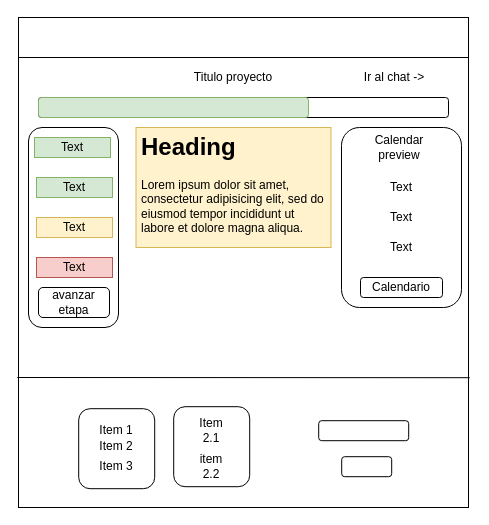
Above: landproject.drawio in SantiagoPri/Matragra (draw.io), before the change. Source tidied: cells renumbered, new cells numbered last; positions are measured from the earlier drawing's top-left corner, leaving out a move shared by most shapes. Both pictures are drawn from the tidied source at 100%, with x=0, y=0 at pixel (17, 17).
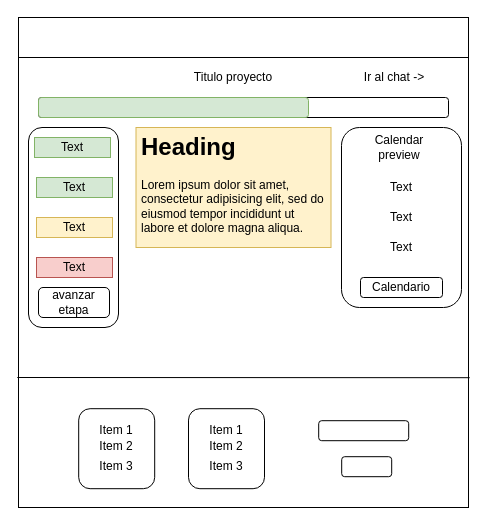
The same page after the edit.

The edit, as a diff of the source:
```diff
@@
-    <mxCell id="25" style="rounded=1;whiteSpace=wrap;html=1;" parent="1" vertex="1">
-      <mxGeometry x="156.2" y="389.2" width="76" height="80" as="geometry" />
-    </mxCell>
@@
-    <mxCell id="29" value="Item 2.1" style="text;html=1;strokeColor=none;fillColor=none;align=center;verticalAlign=middle;whiteSpace=wrap;rounded=0;" parent="1" vertex="1">
-      <mxGeometry x="174.2" y="403.2" width="40" height="20" as="geometry" />
-    </mxCell>
@@
-    <mxCell id="32" value="item 2.2" style="text;html=1;strokeColor=none;fillColor=none;align=center;verticalAlign=middle;whiteSpace=wrap;rounded=0;" parent="1" vertex="1">
-      <mxGeometry x="174.2" y="439.2" width="40" height="20" as="geometry" />
-    </mxCell>
+    <mxCell id="33" style="rounded=1;whiteSpace=wrap;html=1;" parent="1" vertex="1">
+      <mxGeometry x="171" y="391.2" width="76" height="80" as="geometry" />
+    </mxCell>
+    <mxCell id="34" value="Item 1" style="text;html=1;strokeColor=none;fillColor=none;align=center;verticalAlign=middle;whiteSpace=wrap;rounded=0;" parent="1" vertex="1">
+      <mxGeometry x="189.3" y="403.2" width="40" height="20" as="geometry" />
+    </mxCell>
+    <mxCell id="35" value="Item 2" style="text;html=1;strokeColor=none;fillColor=none;align=center;verticalAlign=middle;whiteSpace=wrap;rounded=0;" parent="1" vertex="1">
+      <mxGeometry x="188.7" y="419.2" width="40" height="20" as="geometry" />
+    </mxCell>
+    <mxCell id="36" value="Item 3" style="text;html=1;strokeColor=none;fillColor=none;align=center;verticalAlign=middle;whiteSpace=wrap;rounded=0;" parent="1" vertex="1">
+      <mxGeometry x="188.7" y="439.2" width="40" height="20" as="geometry" />
+    </mxCell>
```
